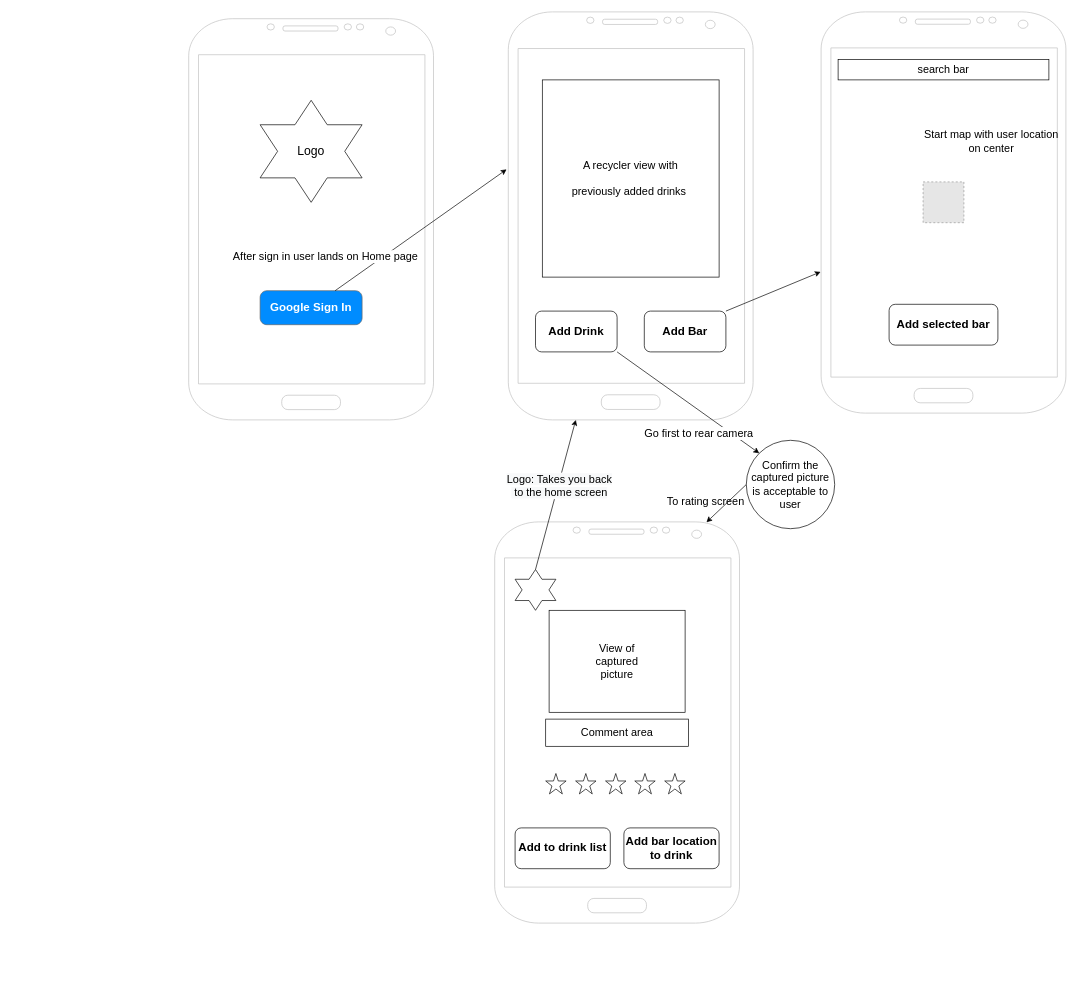
The draw.io diagram docs/img/drawio/wireframe.drawio in tnordquist/personal-android-project-rbrazell1, before the edit. Source tidied: cells renumbered, new cells numbered last; positions are measured from the earlier drawing's top-left corner, leaving out a move shared by most shapes. Both pictures are drawn from the tidied source at 68%, with x=0, y=0 at pixel (188, 12). Pictures stored in the file or linked from it are replaced by grey dashed boxes.
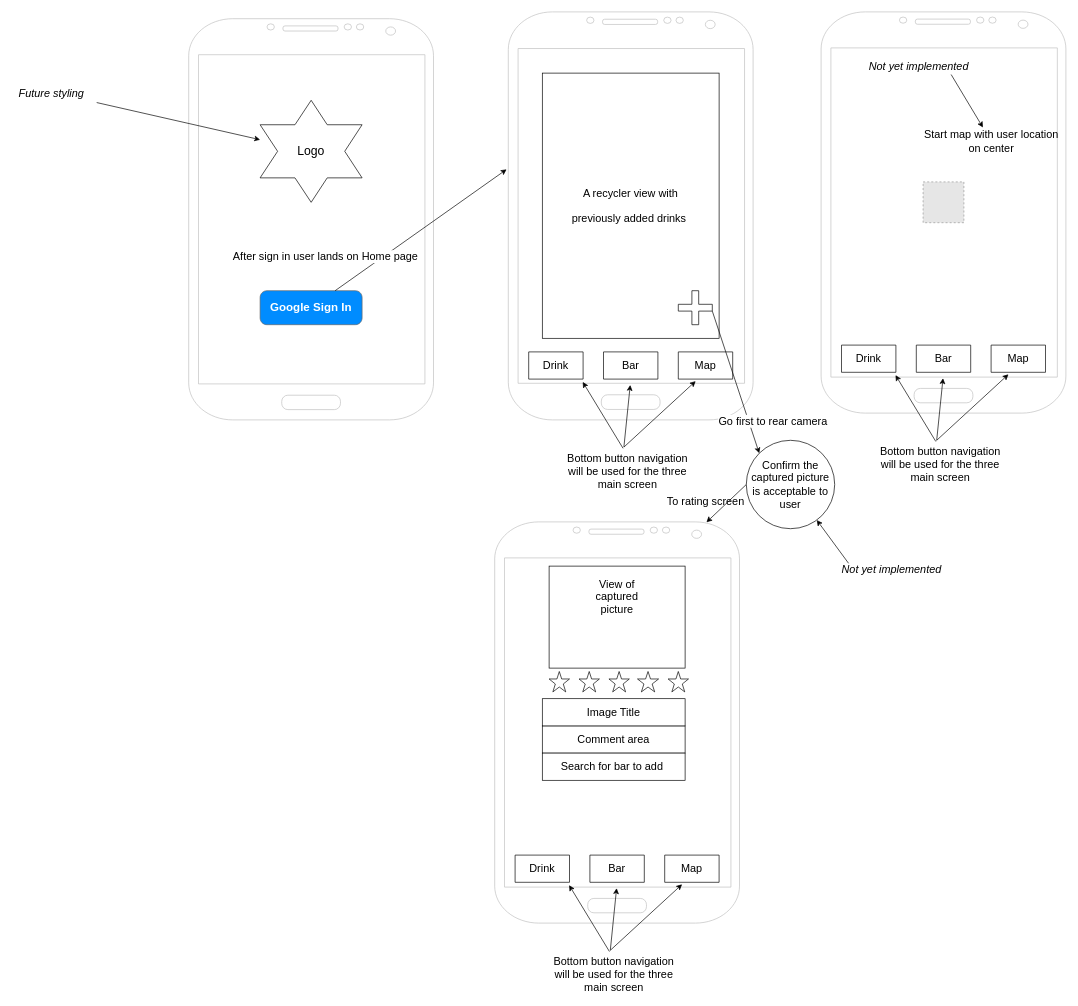
The same diagram, later.

The change refers to these unchanged cells:
```xml
<mxCell id="3" style="verticalLabelPosition=bottom;verticalAlign=top;html=1;shadow=0;dashed=0;strokeWidth=1;shape=mxgraph.android.phone2;strokeColor=#c0c0c0;" parent="2" vertex="1">
  <mxGeometry width="360" height="600" as="geometry" />
</mxCell>
<mxCell id="7" style="verticalLabelPosition=bottom;verticalAlign=top;html=1;shadow=0;dashed=0;strokeWidth=1;shape=mxgraph.android.phone2;strokeColor=#c0c0c0;" parent="1" vertex="1">
  <mxGeometry x="450" y="750" width="360" height="590" as="geometry" />
</mxCell>
<mxCell id="8" value="&lt;font style=&quot;font-size: 16px&quot;&gt;Confirm the captured picture is acceptable to user&lt;/font&gt;" style="ellipse;whiteSpace=wrap;html=1;" parent="1" vertex="1">
  <mxGeometry x="820" y="630" width="130" height="130" as="geometry" />
</mxCell>
<mxCell id="24" style="verticalLabelPosition=bottom;verticalAlign=top;html=1;shadow=0;dashed=0;strokeWidth=1;shape=mxgraph.android.phone2;strokeColor=#c0c0c0;" parent="1" vertex="1">
  <mxGeometry x="930" width="360" height="590" as="geometry" />
</mxCell>
<mxCell id="27" value="&lt;font style=&quot;font-size: 16px&quot;&gt;Start map with user location&lt;br&gt;on center&lt;/font&gt;" style="text;html=1;align=center;verticalAlign=middle;points=[];" parent="1" vertex="1">
  <mxGeometry x="1075" y="170" width="210" height="40" as="geometry" />
</mxCell>
<mxCell id="32" style="verticalLabelPosition=bottom;verticalAlign=top;html=1;shape=mxgraph.basic.6_point_star;direction=south;" parent="1" vertex="1">
  <mxGeometry x="105" y="130" width="150" height="150" as="geometry" />
</mxCell>
```

What changed in the source:
```diff
@@
     <mxCell id="2" style="group;" parent="1" vertex="1">
-      <mxGeometry x="470" width="360" height="600" as="geometry" />
+      <mxGeometry x="470" width="360" height="700" as="geometry" />
     </mxCell>
@@
-    <mxCell id="4" value="&lt;font size=&quot;1&quot;&gt;&lt;b style=&quot;font-size: 17px&quot;&gt;Add Drink&lt;/b&gt;&lt;/font&gt;" style="rounded=1;whiteSpace=wrap;html=1;" parent="2" vertex="1">
-      <mxGeometry x="40" y="440" width="120" height="60" as="geometry" />
-    </mxCell>
-    <mxCell id="5" value="&lt;b&gt;&lt;font style=&quot;font-size: 17px&quot;&gt;Add Bar&lt;/font&gt;&lt;/b&gt;" style="rounded=1;whiteSpace=wrap;html=1;" parent="2" vertex="1">
-      <mxGeometry x="200" y="440" width="120" height="60" as="geometry" />
-    </mxCell>
     <mxCell id="6" value="&lt;font style=&quot;font-size: 16px&quot;&gt;A recycler view with &lt;br&gt;&lt;br&gt;previously added drinks&amp;nbsp;&lt;/font&gt;" style="rounded=0;whiteSpace=wrap;html=1;" parent="2" vertex="1">
-      <mxGeometry x="50" y="100" width="260" height="290" as="geometry" />
+      <mxGeometry x="50" y="90" width="260" height="390" as="geometry" />
     </mxCell>
+    <mxCell id="38" style="shape=cross;whiteSpace=wrap;html=1;" parent="2" vertex="1">
+      <mxGeometry x="250" y="410" width="50" height="50" as="geometry" />
+    </mxCell>
+    <mxCell id="39" style="verticalLabelPosition=bottom;verticalAlign=top;html=1;shape=mxgraph.basic.rect;fillColor2=none;strokeWidth=1;size=20;indent=5;" parent="2" vertex="1">
+      <mxGeometry x="30" y="500" width="80" height="40" as="geometry" />
+    </mxCell>
+    <mxCell id="40" style="verticalLabelPosition=bottom;verticalAlign=top;html=1;shape=mxgraph.basic.rect;fillColor2=none;strokeWidth=1;size=20;indent=5;" parent="2" vertex="1">
+      <mxGeometry x="140" y="500" width="80" height="40" as="geometry" />
+    </mxCell>
+    <mxCell id="41" style="verticalLabelPosition=bottom;verticalAlign=top;html=1;shape=mxgraph.basic.rect;fillColor2=none;strokeWidth=1;size=20;indent=5;" parent="2" vertex="1">
+      <mxGeometry x="250" y="500" width="80" height="40" as="geometry" />
+    </mxCell>
+    <mxCell id="42" value="&lt;font style=&quot;font-size: 16px&quot;&gt;Drink&lt;/font&gt;" style="text;html=1;strokeColor=none;fillColor=none;align=center;verticalAlign=middle;whiteSpace=wrap;rounded=0;" parent="2" vertex="1">
+      <mxGeometry x="50" y="510" width="40" height="20" as="geometry" />
+    </mxCell>
+    <mxCell id="43" value="&lt;font style=&quot;font-size: 16px&quot;&gt;Bar&lt;/font&gt;" style="text;html=1;strokeColor=none;fillColor=none;align=center;verticalAlign=middle;whiteSpace=wrap;rounded=0;" parent="2" vertex="1">
+      <mxGeometry x="160" y="510" width="40" height="20" as="geometry" />
+    </mxCell>
+    <mxCell id="44" value="&lt;font style=&quot;font-size: 16px&quot;&gt;Map&lt;/font&gt;" style="text;html=1;strokeColor=none;fillColor=none;align=center;verticalAlign=middle;whiteSpace=wrap;rounded=0;" parent="2" vertex="1">
+      <mxGeometry x="270" y="510" width="40" height="20" as="geometry" />
+    </mxCell>
+    <mxCell id="45" value="&lt;font style=&quot;font-size: 16px&quot;&gt;Bottom button navigation&lt;br&gt;will be used for the three&lt;br&gt;main screen&lt;/font&gt;" style="text;html=1;align=center;verticalAlign=middle;points=[];" parent="2" vertex="1">
+      <mxGeometry x="80" y="650" width="190" height="50" as="geometry" />
+    </mxCell>
+    <mxCell id="46" style="endArrow=classic;html=1;exitX=0.467;exitY=-0.164;exitDx=0;exitDy=0;exitPerimeter=0;entryX=0.993;entryY=1.105;entryDx=0;entryDy=0;entryPerimeter=0;" parent="2" edge="1" source="45" target="39">
+      <mxGeometry relative="1" as="geometry" />
+    </mxCell>
+    <mxCell id="47" style="endArrow=classic;html=1;entryX=0.498;entryY=0.913;entryDx=0;entryDy=0;entryPerimeter=0;" parent="2" edge="1">
+      <mxGeometry relative="1" as="geometry">
+        <mxPoint x="170" y="640" as="sourcePoint" />
+        <mxPoint x="179.3" y="548.7" as="targetPoint" />
+      </mxGeometry>
+    </mxCell>
+    <mxCell id="48" style="endArrow=classic;html=1;entryX=0.319;entryY=1.075;entryDx=0;entryDy=0;entryPerimeter=0;" parent="2" edge="1" target="41">
+      <mxGeometry relative="1" as="geometry">
+        <mxPoint x="170" y="640" as="sourcePoint" />
+      </mxGeometry>
+    </mxCell>
@@
-    <mxCell id="9" style="endArrow=classic;html=1;exitX=1;exitY=1;exitDx=0;exitDy=0;entryX=0;entryY=0;entryDx=0;entryDy=0;" parent="1" edge="1" source="4" target="8">
+    <mxCell id="9" style="endArrow=classic;html=1;entryX=0;entryY=0;entryDx=0;entryDy=0;exitX=0;exitY=0;exitDx=50;exitDy=30;exitPerimeter=0;" parent="1" edge="1" source="38" target="8">
       <mxGeometry relative="1" as="geometry" />
     </mxCell>
     <mxCell id="10" value="&lt;font style=&quot;font-size: 16px&quot;&gt;Go first to rear camera&lt;/font&gt;" style="edgeLabel;html=1;align=center;verticalAlign=middle;" parent="9" vertex="1">
       <mxGeometry x="0.39" y="1" relative="1" as="geometry">
-        <mxPoint x="-26.3" y="16.9" as="offset" />
+        <mxPoint x="39.8" y="16.9" as="offset" />
       </mxGeometry>
     </mxCell>
@@
-    <mxCell id="13" value="&lt;b&gt;&lt;font style=&quot;font-size: 17px&quot;&gt;Add to drink list&lt;/font&gt;&lt;/b&gt;" style="rounded=1;whiteSpace=wrap;html=1;" parent="1" vertex="1">
-      <mxGeometry x="480" y="1200" width="140" height="60" as="geometry" />
-    </mxCell>
     <mxCell id="14" value="&lt;font style=&quot;font-size: 16px&quot;&gt;Comment area&lt;/font&gt;" style="rounded=0;whiteSpace=wrap;html=1;" parent="1" vertex="1">
-      <mxGeometry x="525" y="1040" width="210" height="40" as="geometry" />
+      <mxGeometry x="520" y="1050" width="210" height="40" as="geometry" />
     </mxCell>
-    <mxCell id="15" style="verticalLabelPosition=bottom;verticalAlign=top;html=1;shape=mxgraph.basic.star;spacingLeft=2;spacingRight=3;spacing=0;direction=east;" parent="1" vertex="1">
-      <mxGeometry x="700" y="1120" width="30" height="30" as="geometry" />
-    </mxCell>
-    <mxCell id="16" style="verticalLabelPosition=bottom;verticalAlign=top;html=1;shape=mxgraph.basic.star;spacingLeft=2;spacingRight=3;spacing=0;direction=east;" parent="1" vertex="1">
-      <mxGeometry x="656" y="1120" width="30" height="30" as="geometry" />
-    </mxCell>
-    <mxCell id="17" style="verticalLabelPosition=bottom;verticalAlign=top;html=1;shape=mxgraph.basic.star;spacingLeft=2;spacingRight=3;spacing=0;direction=east;" parent="1" vertex="1">
-      <mxGeometry x="613" y="1120" width="30" height="30" as="geometry" />
-    </mxCell>
-    <mxCell id="18" style="verticalLabelPosition=bottom;verticalAlign=top;html=1;shape=mxgraph.basic.star;spacingLeft=2;spacingRight=3;spacing=0;direction=east;" parent="1" vertex="1">
-      <mxGeometry x="569" y="1120" width="30" height="30" as="geometry" />
-    </mxCell>
-    <mxCell id="19" style="verticalLabelPosition=bottom;verticalAlign=top;html=1;shape=mxgraph.basic.star;spacingLeft=2;spacingRight=3;spacing=0;direction=east;" parent="1" vertex="1">
-      <mxGeometry x="525" y="1120" width="30" height="30" as="geometry" />
-    </mxCell>
-    <mxCell id="20" style="verticalLabelPosition=bottom;verticalAlign=top;html=1;shape=mxgraph.basic.6_point_star;direction=south;" parent="1" vertex="1">
-      <mxGeometry x="480" y="820" width="60" height="60" as="geometry" />
-    </mxCell>
-    <mxCell id="21" style="endArrow=classic;html=1;exitX=0;exitY=0.5;exitDx=0;exitDy=0;exitPerimeter=0;" parent="1" edge="1" source="20" target="3">
-      <mxGeometry relative="1" as="geometry" />
-    </mxCell>
-    <mxCell id="22" value="&lt;span style=&quot;font-size: 16px ; background-color: rgb(248 , 249 , 250)&quot;&gt;Logo: Takes you back&lt;br&gt;&amp;nbsp;to the home screen&lt;/span&gt;" style="edgeLabel;html=1;align=center;verticalAlign=middle;" parent="21" vertex="1">
-      <mxGeometry x="0.12" y="-1" relative="1" as="geometry" />
-    </mxCell>
-    <mxCell id="23" value="&lt;b&gt;&lt;font style=&quot;font-size: 17px&quot;&gt;Add bar location to drink&lt;/font&gt;&lt;/b&gt;" style="rounded=1;whiteSpace=wrap;html=1;" parent="1" vertex="1">
-      <mxGeometry x="640" y="1200" width="140" height="60" as="geometry" />
-    </mxCell>
@@
-    <mxCell id="25" value="&lt;b&gt;&lt;font style=&quot;font-size: 17px&quot;&gt;Add selected bar&lt;/font&gt;&lt;/b&gt;" style="rounded=1;whiteSpace=wrap;html=1;" parent="1" vertex="1">
-      <mxGeometry x="1030" y="430" width="160" height="60" as="geometry" />
-    </mxCell>
@@
-    <mxCell id="28" value="&lt;font style=&quot;font-size: 16px&quot;&gt;search bar&lt;/font&gt;" style="rounded=0;whiteSpace=wrap;html=1;" parent="1" vertex="1">
-      <mxGeometry x="955" y="70" width="310" height="30" as="geometry" />
-    </mxCell>
-    <mxCell id="29" style="endArrow=classic;html=1;exitX=1;exitY=0;exitDx=0;exitDy=0;entryX=-0.002;entryY=0.648;entryDx=0;entryDy=0;entryPerimeter=0;" parent="1" edge="1" source="5" target="24">
-      <mxGeometry relative="1" as="geometry" />
-    </mxCell>
@@
     <mxCell id="36" style="rounded=0;whiteSpace=wrap;html=1;" parent="1" vertex="1">
-      <mxGeometry x="530" y="880" width="200" height="150" as="geometry" />
+      <mxGeometry x="530" y="815" width="200" height="150" as="geometry" />
     </mxCell>
     <mxCell id="37" value="&lt;font style=&quot;font-size: 16px&quot;&gt;View of captured picture&lt;/font&gt;" style="text;html=1;strokeColor=none;fillColor=none;align=center;verticalAlign=middle;whiteSpace=wrap;rounded=0;" parent="1" vertex="1">
-      <mxGeometry x="610" y="945" width="40" height="20" as="geometry" />
+      <mxGeometry x="610" y="850" width="40" height="20" as="geometry" />
     </mxCell>
+    <mxCell id="49" value="&lt;font style=&quot;font-size: 16px&quot;&gt;&lt;i&gt;Future styling&amp;nbsp;&lt;/i&gt;&lt;/font&gt;" style="text;html=1;align=center;verticalAlign=middle;points=[];" parent="1" vertex="1">
+      <mxGeometry x="-260" y="110" width="120" height="20" as="geometry" />
+    </mxCell>
+    <mxCell id="50" style="endArrow=classic;html=1;exitX=1.039;exitY=1.166;exitDx=0;exitDy=0;exitPerimeter=0;" parent="1" edge="1" source="49" target="32">
+      <mxGeometry relative="1" as="geometry" />
+    </mxCell>
+    <mxCell id="51" value="&lt;i&gt;&lt;font style=&quot;font-size: 16px&quot;&gt;Not yet implemented&lt;/font&gt;&amp;nbsp;&lt;/i&gt;" style="text;html=1;align=center;verticalAlign=middle;points=[];" parent="1" vertex="1">
+      <mxGeometry x="950" y="810" width="170" height="20" as="geometry" />
+    </mxCell>
+    <mxCell id="52" style="group;" parent="1" vertex="1">
+      <mxGeometry x="530" y="970" width="205" height="30" as="geometry" />
+    </mxCell>
+    <mxCell id="15" style="verticalLabelPosition=bottom;verticalAlign=top;html=1;shape=mxgraph.basic.star;spacingLeft=2;spacingRight=3;spacing=0;direction=east;" parent="52" vertex="1">
+      <mxGeometry x="175" width="30" height="30" as="geometry" />
+    </mxCell>
+    <mxCell id="16" style="verticalLabelPosition=bottom;verticalAlign=top;html=1;shape=mxgraph.basic.star;spacingLeft=2;spacingRight=3;spacing=0;direction=east;" parent="52" vertex="1">
+      <mxGeometry x="130" width="31" height="30" as="geometry" />
+    </mxCell>
+    <mxCell id="17" style="verticalLabelPosition=bottom;verticalAlign=top;html=1;shape=mxgraph.basic.star;spacingLeft=2;spacingRight=3;spacing=0;direction=east;" parent="52" vertex="1">
+      <mxGeometry x="88" width="30" height="30" as="geometry" />
+    </mxCell>
+    <mxCell id="18" style="verticalLabelPosition=bottom;verticalAlign=top;html=1;shape=mxgraph.basic.star;spacingLeft=2;spacingRight=3;spacing=0;direction=east;" parent="52" vertex="1">
+      <mxGeometry x="44" width="30" height="30" as="geometry" />
+    </mxCell>
+    <mxCell id="19" style="verticalLabelPosition=bottom;verticalAlign=top;html=1;shape=mxgraph.basic.star;spacingLeft=2;spacingRight=3;spacing=0;direction=east;" parent="52" vertex="1">
+      <mxGeometry width="30" height="30" as="geometry" />
+    </mxCell>
+    <mxCell id="53" style="verticalLabelPosition=bottom;verticalAlign=top;html=1;shape=mxgraph.basic.rect;fillColor2=none;strokeWidth=1;size=20;indent=5;" parent="1" vertex="1">
+      <mxGeometry x="480" y="1240" width="80" height="40" as="geometry" />
+    </mxCell>
+    <mxCell id="54" style="verticalLabelPosition=bottom;verticalAlign=top;html=1;shape=mxgraph.basic.rect;fillColor2=none;strokeWidth=1;size=20;indent=5;" parent="1" vertex="1">
+      <mxGeometry x="590" y="1240" width="80" height="40" as="geometry" />
+    </mxCell>
+    <mxCell id="55" style="verticalLabelPosition=bottom;verticalAlign=top;html=1;shape=mxgraph.basic.rect;fillColor2=none;strokeWidth=1;size=20;indent=5;" parent="1" vertex="1">
+      <mxGeometry x="700" y="1240" width="80" height="40" as="geometry" />
+    </mxCell>
+    <mxCell id="56" value="&lt;font style=&quot;font-size: 16px&quot;&gt;Image Title&lt;/font&gt;" style="rounded=0;whiteSpace=wrap;html=1;" parent="1" vertex="1">
+      <mxGeometry x="520" y="1010" width="210" height="40" as="geometry" />
+    </mxCell>
+    <mxCell id="57" value="&lt;font style=&quot;font-size: 16px&quot;&gt;Search for bar to add&amp;nbsp;&lt;/font&gt;" style="rounded=0;whiteSpace=wrap;html=1;" parent="1" vertex="1">
+      <mxGeometry x="520" y="1090" width="210" height="40" as="geometry" />
+    </mxCell>
+    <mxCell id="58" value="&lt;font style=&quot;font-size: 16px&quot;&gt;Drink&lt;/font&gt;" style="text;html=1;strokeColor=none;fillColor=none;align=center;verticalAlign=middle;whiteSpace=wrap;rounded=0;" parent="1" vertex="1">
+      <mxGeometry x="500" y="1250" width="40" height="20" as="geometry" />
+    </mxCell>
+    <mxCell id="59" value="&lt;font style=&quot;font-size: 16px&quot;&gt;Bar&lt;/font&gt;" style="text;html=1;strokeColor=none;fillColor=none;align=center;verticalAlign=middle;whiteSpace=wrap;rounded=0;" parent="1" vertex="1">
+      <mxGeometry x="610" y="1250" width="40" height="20" as="geometry" />
+    </mxCell>
+    <mxCell id="60" value="&lt;font style=&quot;font-size: 16px&quot;&gt;Map&lt;/font&gt;" style="text;html=1;strokeColor=none;fillColor=none;align=center;verticalAlign=middle;whiteSpace=wrap;rounded=0;" parent="1" vertex="1">
+      <mxGeometry x="720" y="1250" width="40" height="20" as="geometry" />
+    </mxCell>
+    <mxCell id="61" value="&lt;font style=&quot;font-size: 16px&quot;&gt;Bottom button navigation&lt;br&gt;will be used for the three&lt;br&gt;main screen&lt;/font&gt;" style="text;html=1;align=center;verticalAlign=middle;points=[];" parent="1" vertex="1">
+      <mxGeometry x="530" y="1390" width="190" height="50" as="geometry" />
+    </mxCell>
+    <mxCell id="62" style="endArrow=classic;html=1;exitX=0.467;exitY=-0.164;exitDx=0;exitDy=0;exitPerimeter=0;entryX=0.993;entryY=1.105;entryDx=0;entryDy=0;entryPerimeter=0;" parent="1" edge="1" source="61" target="53">
+      <mxGeometry relative="1" as="geometry" />
+    </mxCell>
+    <mxCell id="63" style="endArrow=classic;html=1;entryX=0.498;entryY=0.913;entryDx=0;entryDy=0;entryPerimeter=0;" parent="1" edge="1" target="7">
+      <mxGeometry relative="1" as="geometry">
+        <mxPoint x="620" y="1380" as="sourcePoint" />
+      </mxGeometry>
+    </mxCell>
+    <mxCell id="64" style="endArrow=classic;html=1;entryX=0.319;entryY=1.075;entryDx=0;entryDy=0;entryPerimeter=0;" parent="1" edge="1" target="55">
+      <mxGeometry relative="1" as="geometry">
+        <mxPoint x="620" y="1380" as="sourcePoint" />
+      </mxGeometry>
+    </mxCell>
+    <mxCell id="65" style="endArrow=classic;html=1;exitX=0.12;exitY=0.044;exitDx=0;exitDy=0;exitPerimeter=0;" parent="1" edge="1" source="51" target="8">
+      <mxGeometry relative="1" as="geometry" />
+    </mxCell>
+    <mxCell id="66" style="endArrow=classic;html=1;exitX=0.772;exitY=1.105;exitDx=0;exitDy=0;exitPerimeter=0;" parent="1" edge="1" source="77" target="27">
+      <mxGeometry relative="1" as="geometry" />
+    </mxCell>
+    <mxCell id="67" style="verticalLabelPosition=bottom;verticalAlign=top;html=1;shape=mxgraph.basic.rect;fillColor2=none;strokeWidth=1;size=20;indent=5;" parent="1" vertex="1">
+      <mxGeometry x="960" y="490" width="80" height="40" as="geometry" />
+    </mxCell>
+    <mxCell id="68" style="verticalLabelPosition=bottom;verticalAlign=top;html=1;shape=mxgraph.basic.rect;fillColor2=none;strokeWidth=1;size=20;indent=5;" parent="1" vertex="1">
+      <mxGeometry x="1070" y="490" width="80" height="40" as="geometry" />
+    </mxCell>
+    <mxCell id="69" style="verticalLabelPosition=bottom;verticalAlign=top;html=1;shape=mxgraph.basic.rect;fillColor2=none;strokeWidth=1;size=20;indent=5;" parent="1" vertex="1">
+      <mxGeometry x="1180" y="490" width="80" height="40" as="geometry" />
+    </mxCell>
+    <mxCell id="70" value="&lt;font style=&quot;font-size: 16px&quot;&gt;Drink&lt;/font&gt;" style="text;html=1;strokeColor=none;fillColor=none;align=center;verticalAlign=middle;whiteSpace=wrap;rounded=0;" parent="1" vertex="1">
+      <mxGeometry x="980" y="500" width="40" height="20" as="geometry" />
+    </mxCell>
+    <mxCell id="71" value="&lt;font style=&quot;font-size: 16px&quot;&gt;Bar&lt;/font&gt;" style="text;html=1;strokeColor=none;fillColor=none;align=center;verticalAlign=middle;whiteSpace=wrap;rounded=0;" parent="1" vertex="1">
+      <mxGeometry x="1090" y="500" width="40" height="20" as="geometry" />
+    </mxCell>
+    <mxCell id="72" value="&lt;font style=&quot;font-size: 16px&quot;&gt;Map&lt;/font&gt;" style="text;html=1;strokeColor=none;fillColor=none;align=center;verticalAlign=middle;whiteSpace=wrap;rounded=0;" parent="1" vertex="1">
+      <mxGeometry x="1200" y="500" width="40" height="20" as="geometry" />
+    </mxCell>
+    <mxCell id="73" value="&lt;font style=&quot;font-size: 16px&quot;&gt;Bottom button navigation&lt;br&gt;will be used for the three&lt;br&gt;main screen&lt;/font&gt;" style="text;html=1;align=center;verticalAlign=middle;points=[];" parent="1" vertex="1">
+      <mxGeometry x="1010" y="640" width="190" height="50" as="geometry" />
+    </mxCell>
+    <mxCell id="74" style="endArrow=classic;html=1;exitX=0.467;exitY=-0.164;exitDx=0;exitDy=0;exitPerimeter=0;entryX=0.993;entryY=1.105;entryDx=0;entryDy=0;entryPerimeter=0;" parent="1" edge="1" source="73" target="67">
+      <mxGeometry relative="1" as="geometry" />
+    </mxCell>
+    <mxCell id="75" style="endArrow=classic;html=1;entryX=0.498;entryY=0.913;entryDx=0;entryDy=0;entryPerimeter=0;" parent="1" edge="1">
+      <mxGeometry relative="1" as="geometry">
+        <mxPoint x="1100" y="630" as="sourcePoint" />
+        <mxPoint x="1109.3" y="538.7" as="targetPoint" />
+      </mxGeometry>
+    </mxCell>
+    <mxCell id="76" style="endArrow=classic;html=1;entryX=0.319;entryY=1.075;entryDx=0;entryDy=0;entryPerimeter=0;" parent="1" edge="1" target="69">
+      <mxGeometry relative="1" as="geometry">
+        <mxPoint x="1100" y="630" as="sourcePoint" />
+      </mxGeometry>
+    </mxCell>
+    <mxCell id="77" value="&lt;i&gt;&lt;font style=&quot;font-size: 16px&quot;&gt;Not yet implemented&lt;/font&gt;&amp;nbsp;&lt;/i&gt;" style="text;html=1;align=center;verticalAlign=middle;points=[];" parent="1" vertex="1">
+      <mxGeometry x="990" y="70" width="170" height="20" as="geometry" />
+    </mxCell>
```
